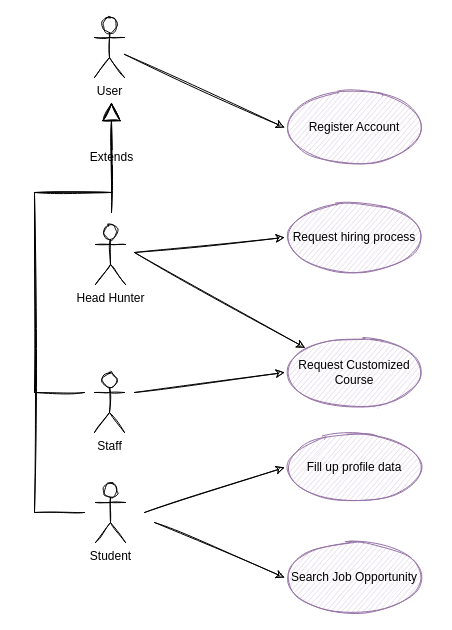
Before: microservices/account-service/.diagrams/uml/StudentsProfile - UML.drawio in kumo829/StudentsProfileManager, a draw.io diagram. Source tidied: cells renumbered, new cells numbered last; positions are measured from the earlier drawing's top-left corner, leaving out a move shared by most shapes. Both pictures are drawn from the tidied source at 100%, with x=0, y=0 at pixel (34, 17).
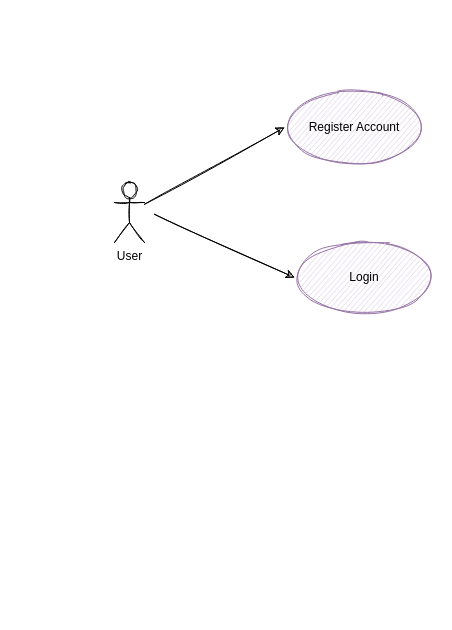
The same page after the edit.

The edit, as a diff of the source:
```diff
@@
     <mxCell id="2" value="User" style="shape=umlActor;verticalLabelPosition=bottom;verticalAlign=top;html=1;sketch=1;" parent="1" vertex="1">
-      <mxGeometry x="60" width="30" height="60" as="geometry" />
+      <mxGeometry x="80" y="165" width="30" height="60" as="geometry" />
     </mxCell>
@@
-    <mxCell id="5" value="Head Hunter" style="shape=umlActor;verticalLabelPosition=bottom;verticalAlign=top;html=1;sketch=1;fontFamily=Helvetica;fontSize=12;fontColor=default;strokeColor=default;fillColor=default;" parent="1" vertex="1">
-      <mxGeometry x="61" y="207" width="30" height="60" as="geometry" />
-    </mxCell>
-    <mxCell id="6" value="Extends" style="endArrow=block;endSize=16;endFill=0;html=1;rounded=0;sketch=1;fontFamily=Helvetica;fontSize=12;fontColor=default;" parent="1" edge="1">
-      <mxGeometry relative="1" as="geometry">
-        <mxPoint x="77" y="195" as="sourcePoint" />
-        <mxPoint x="77" y="85" as="targetPoint" />
-      </mxGeometry>
-    </mxCell>
-    <mxCell id="7" value="Request Customized Course" style="ellipse;whiteSpace=wrap;html=1;sketch=1;fontFamily=Helvetica;fontSize=12;strokeColor=#9673a6;fillColor=#e1d5e7;" parent="1" vertex="1">
-      <mxGeometry x="250" y="320" width="140" height="70" as="geometry" />
-    </mxCell>
-    <mxCell id="8" style="endArrow=classic;html=1;rounded=0;sketch=1;entryX=0;entryY=0;entryDx=0;entryDy=0;" parent="1" edge="1" target="7">
-      <mxGeometry relative="1" as="geometry">
-        <mxPoint x="100" y="235" as="sourcePoint" />
-      </mxGeometry>
-    </mxCell>
-    <mxCell id="9" value="Staff" style="shape=umlActor;verticalLabelPosition=bottom;verticalAlign=top;html=1;sketch=1;fontFamily=Helvetica;fontSize=12;fontColor=default;strokeColor=default;fillColor=default;" parent="1" vertex="1">
-      <mxGeometry x="60" y="355" width="30" height="60" as="geometry" />
-    </mxCell>
-    <mxCell id="10" style="endArrow=classic;html=1;rounded=0;sketch=1;entryX=0;entryY=0.5;entryDx=0;entryDy=0;" parent="1" edge="1" target="7">
-      <mxGeometry relative="1" as="geometry">
-        <mxPoint x="100" y="375" as="sourcePoint" />
-      </mxGeometry>
-    </mxCell>
-    <mxCell id="11" style="endArrow=block;endSize=16;endFill=0;html=1;rounded=0;sketch=1;fontFamily=Helvetica;fontSize=12;fontColor=default;" parent="1" edge="1">
-      <mxGeometry relative="1" as="geometry">
-        <mxPoint x="50" y="375" as="sourcePoint" />
-        <mxPoint x="77" y="85" as="targetPoint" />
-        <Array as="points">
-          <mxPoint y="375" />
-          <mxPoint y="175" />
-          <mxPoint x="77" y="175" />
-        </Array>
-      </mxGeometry>
-    </mxCell>
-    <mxCell id="12" value="Student" style="shape=umlActor;verticalLabelPosition=bottom;verticalAlign=top;html=1;sketch=1;fontFamily=Helvetica;fontSize=12;fontColor=default;strokeColor=default;fillColor=default;" parent="1" vertex="1">
-      <mxGeometry x="61" y="465" width="30" height="60" as="geometry" />
-    </mxCell>
-    <mxCell id="13" value="Fill up profile data" style="ellipse;whiteSpace=wrap;html=1;sketch=1;fontFamily=Helvetica;fontSize=12;strokeColor=#9673a6;fillColor=#e1d5e7;" parent="1" vertex="1">
-      <mxGeometry x="250" y="415" width="140" height="70" as="geometry" />
-    </mxCell>
-    <mxCell id="14" style="endArrow=classic;html=1;rounded=0;sketch=1;entryX=0;entryY=0.5;entryDx=0;entryDy=0;" parent="1" edge="1" target="13">
-      <mxGeometry relative="1" as="geometry">
-        <mxPoint x="110" y="495" as="sourcePoint" />
-      </mxGeometry>
-    </mxCell>
-    <mxCell id="15" value="Request hiring process" style="ellipse;whiteSpace=wrap;html=1;sketch=1;fontFamily=Helvetica;fontSize=12;strokeColor=#9673a6;fillColor=#e1d5e7;" parent="1" vertex="1">
-      <mxGeometry x="250" y="185" width="140" height="70" as="geometry" />
-    </mxCell>
-    <mxCell id="16" style="endArrow=classic;html=1;rounded=0;sketch=1;entryX=0;entryY=0.5;entryDx=0;entryDy=0;" parent="1" edge="1" target="15">
-      <mxGeometry relative="1" as="geometry">
-        <mxPoint x="100" y="235" as="sourcePoint" />
-      </mxGeometry>
-    </mxCell>
-    <mxCell id="17" value="Search Job Opportunity" style="ellipse;whiteSpace=wrap;html=1;sketch=1;fontFamily=Helvetica;fontSize=12;strokeColor=#9673a6;fillColor=#e1d5e7;" parent="1" vertex="1">
-      <mxGeometry x="250" y="525" width="140" height="70" as="geometry" />
-    </mxCell>
-    <mxCell id="18" style="endArrow=classic;html=1;rounded=0;sketch=1;entryX=0;entryY=0.5;entryDx=0;entryDy=0;" parent="1" edge="1" target="17">
-      <mxGeometry relative="1" as="geometry">
-        <mxPoint x="120" y="505" as="sourcePoint" />
-      </mxGeometry>
-    </mxCell>
-    <mxCell id="19" style="endArrow=block;endSize=16;endFill=0;html=1;rounded=0;sketch=1;fontFamily=Helvetica;fontSize=12;fontColor=default;" parent="1" edge="1">
-      <mxGeometry relative="1" as="geometry">
-        <mxPoint x="50" y="495" as="sourcePoint" />
-        <mxPoint x="77" y="85" as="targetPoint" />
-        <Array as="points">
-          <mxPoint y="495" />
-          <mxPoint y="175" />
-          <mxPoint x="77" y="175" />
-        </Array>
-      </mxGeometry>
-    </mxCell>
+    <mxCell id="20" value="Login" style="ellipse;whiteSpace=wrap;html=1;sketch=1;fillColor=#e1d5e7;strokeColor=#9673a6;" parent="1" vertex="1">
+      <mxGeometry x="260" y="225" width="140" height="70" as="geometry" />
+    </mxCell>
+    <mxCell id="21" style="endArrow=classic;html=1;rounded=0;sketch=1;entryX=0;entryY=0.5;entryDx=0;entryDy=0;" parent="1" edge="1" target="20">
+      <mxGeometry relative="1" as="geometry">
+        <mxPoint x="120" y="196.8" as="sourcePoint" />
+      </mxGeometry>
+    </mxCell>
```
